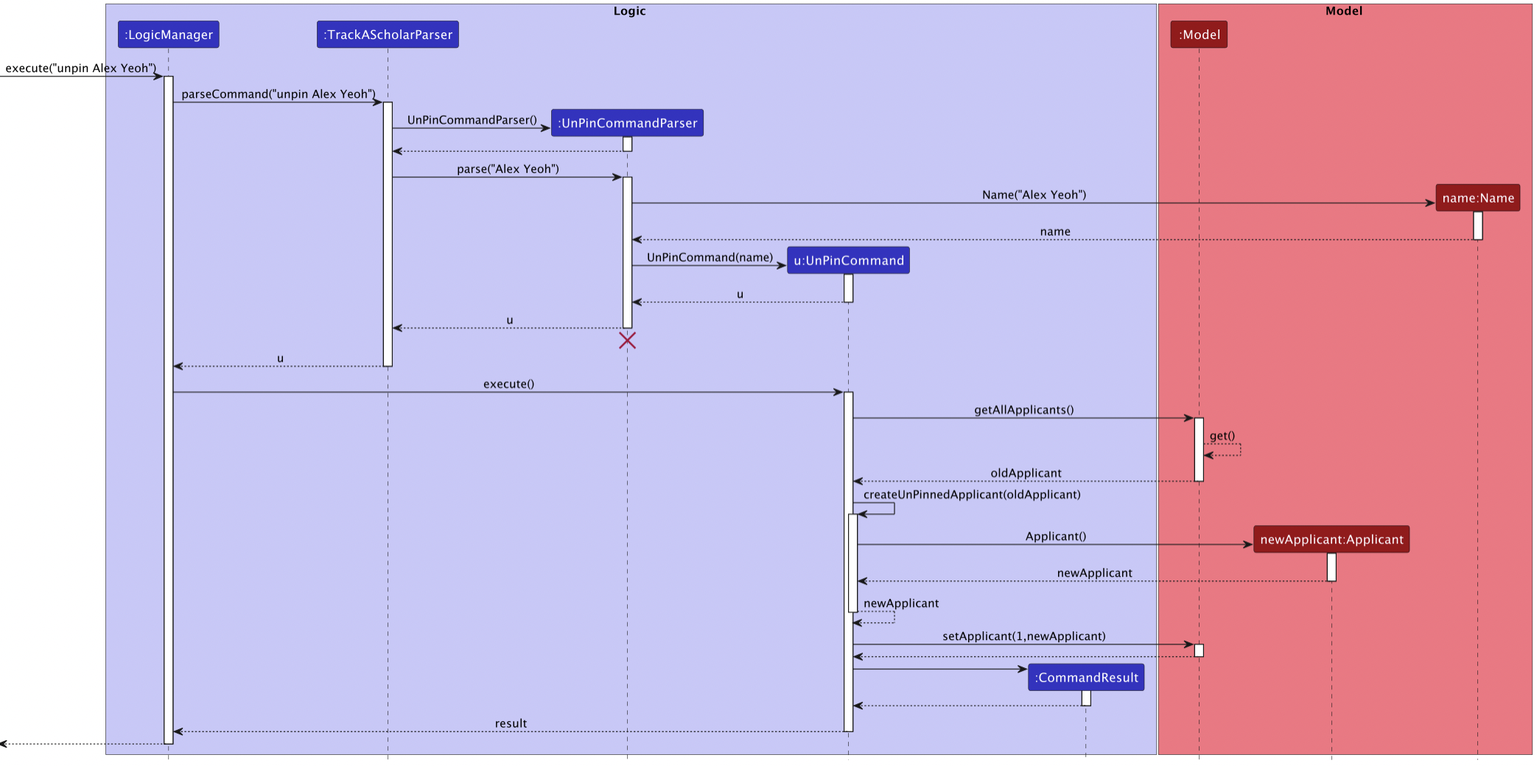
Before: docs/images/UnPinSequenceDiagram.png, a diagram exported from PlantUML (nus-cs2103-AY2223S1/tp). Its source is kept beside it as docs/diagrams/UnPinSequenceDiagram.puml.
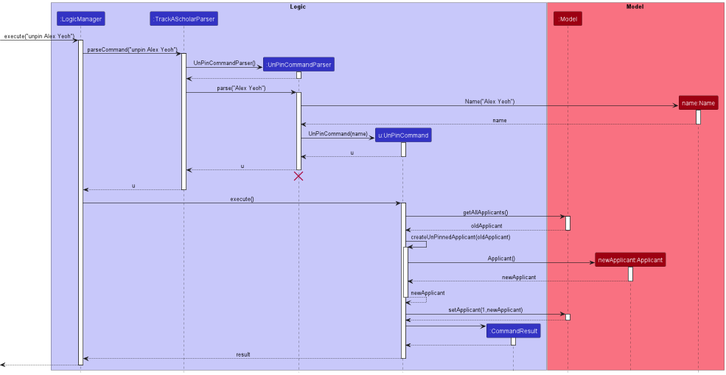
Above is the later version.

Diff of the diagram source:
```diff
@@ -59,7 +59,7 @@
 
 UnPinCommand -> Model : getAllApplicants()
 activate Model
-Model --> Model : get()
+
 Model --> UnPinCommand : oldApplicant
 deactivate Model
 
```
